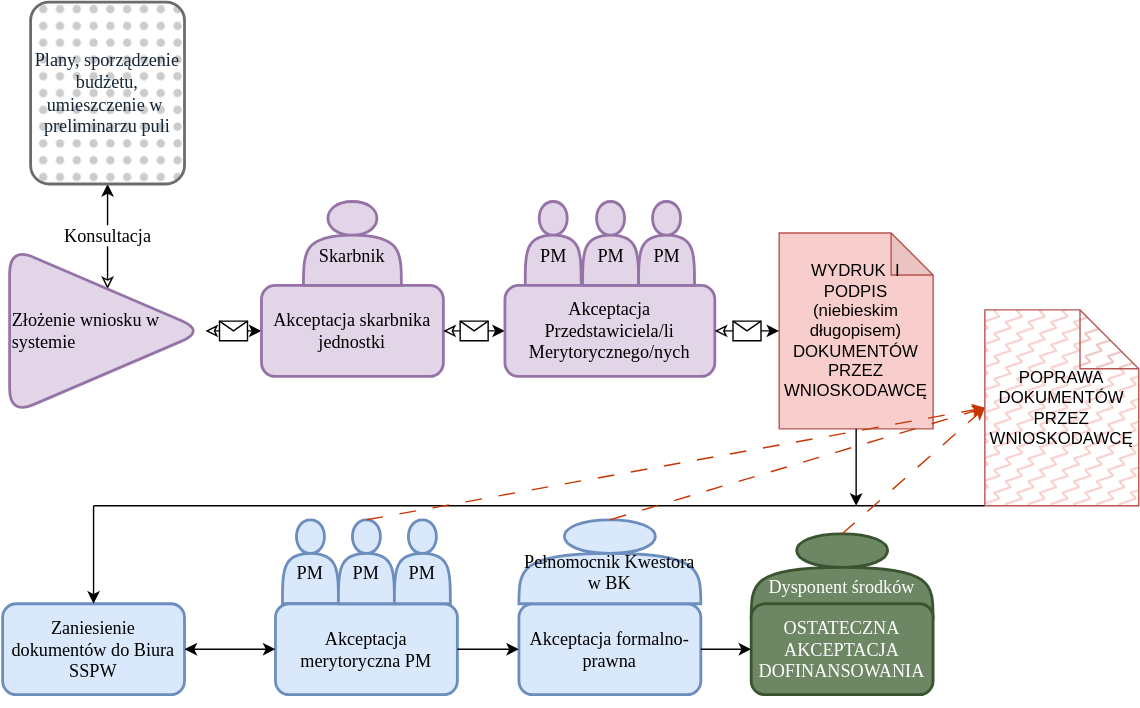
This is Kopia Rysunek wniosek.svg from WelfareUnit/rysunki, a draw.io export, as it was before one commit. Source tidied: cells renumbered, new cells last; positions are measured from the earlier drawing's top-left corner, leaving out a move shared by most shapes.
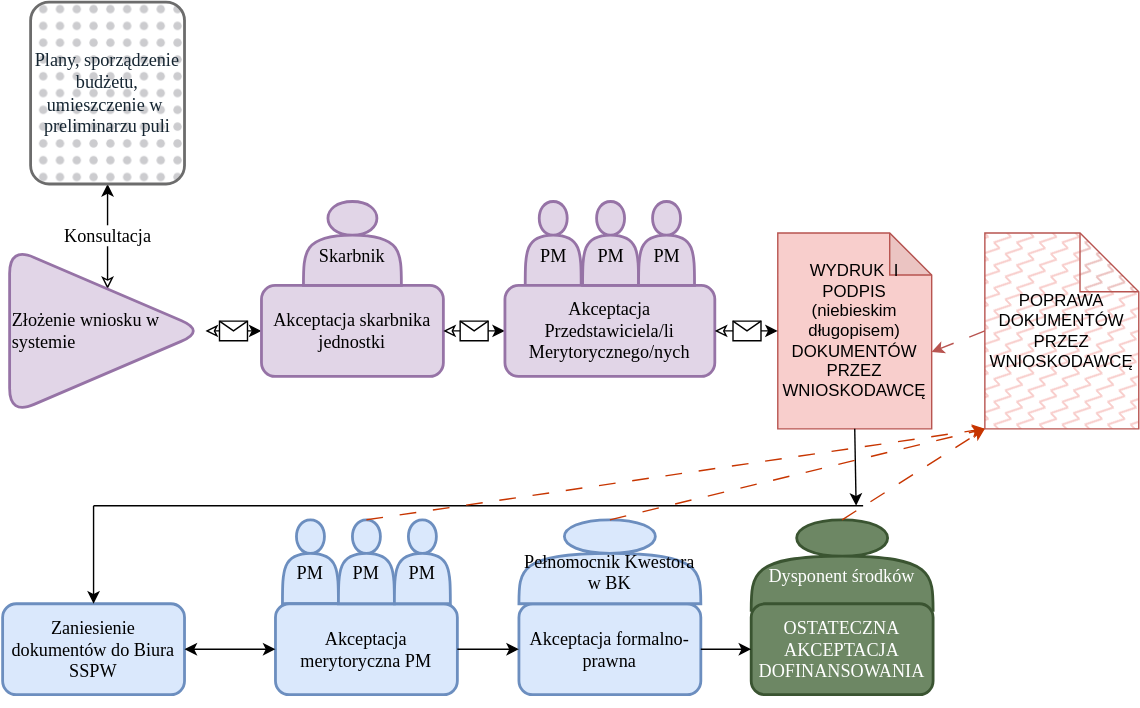
The same file after the commit.

What changed in the source:
```diff
@@ -49,7 +49,7 @@
       <mxGeometry x="95.5" width="40" height="60" as="geometry" />
     </mxCell>
     <mxCell id="16" value="WYDRUK&amp;nbsp; I PODPIS (niebieskim długopisem) DOKUMENTÓW PRZEZ WNIOSKODAWCĘ" style="shape=note;whiteSpace=wrap;html=1;backgroundOutline=1;darkOpacity=0.05;fillColor=#f8cecc;strokeColor=#b85450;" parent="1" vertex="1">
-      <mxGeometry x="555" y="165" width="110" height="140" as="geometry" />
+      <mxGeometry x="554" y="165" width="110" height="140" as="geometry" />
     </mxCell>
     <mxCell id="17" style="endArrow=classic;html=1;fontFamily=Source Sans 3;fontSize=13;fontColor=#162632;exitX=1;exitY=0.5;exitDx=0;exitDy=0;entryX=0;entryY=0.5;entryDx=0;entryDy=0;startArrow=classic;startFill=0;fontSource=https%3A%2F%2Ffonts.googleapis.com%2Fcss%3Ffamily%3DSource%2BSans%2B3;entryPerimeter=0;" parent="1" edge="1" source="13" target="16">
       <mxGeometry relative="1" as="geometry" />
@@ -85,9 +85,10 @@
         <mxPoint x="610" y="360" as="sourcePoint" />
       </mxGeometry>
     </mxCell>
-    <mxCell id="27" style="endArrow=none;html=1;rounded=0;entryX=0;entryY=1;entryDx=0;entryDy=0;entryPerimeter=0;" parent="1" edge="1" target="40">
+    <mxCell id="27" style="endArrow=none;html=1;rounded=0;" parent="1" edge="1">
       <mxGeometry relative="1" as="geometry">
         <mxPoint x="65" y="360" as="sourcePoint" />
+        <mxPoint x="615" y="360" as="targetPoint" />
       </mxGeometry>
     </mxCell>
     <mxCell id="28" style="endArrow=none;html=1;rounded=0;exitX=0.5;exitY=0;exitDx=0;exitDy=0;endFill=0;startArrow=classic;startFill=1;" parent="1" edge="1" source="19">
@@ -107,17 +108,17 @@
     <mxCell id="32" style="endArrow=classic;html=1;rounded=0;exitX=1;exitY=0.5;exitDx=0;exitDy=0;entryX=0;entryY=0.5;entryDx=0;entryDy=0;" parent="1" edge="1" source="22" target="30">
       <mxGeometry relative="1" as="geometry" />
     </mxCell>
-    <mxCell id="33" style="endArrow=classic;html=1;rounded=0;exitX=0.5;exitY=0;exitDx=0;exitDy=0;entryX=0;entryY=0.5;entryDx=0;entryDy=0;entryPerimeter=0;fillColor=#fa6800;strokeColor=#C73500;dashed=1;dashPattern=12 12;" parent="1" edge="1" source="31" target="40">
+    <mxCell id="33" style="endArrow=classic;html=1;rounded=0;exitX=0.5;exitY=0;exitDx=0;exitDy=0;entryX=0;entryY=1;entryDx=0;entryDy=0;entryPerimeter=0;fillColor=#fa6800;strokeColor=#C73500;dashed=1;dashPattern=12 12;" parent="1" edge="1" source="31" target="40">
       <mxGeometry relative="1" as="geometry" />
     </mxCell>
-    <mxCell id="34" style="endArrow=classic;html=1;rounded=0;exitX=0.5;exitY=0;exitDx=0;exitDy=0;entryX=0;entryY=0.5;entryDx=0;entryDy=0;entryPerimeter=0;fillColor=#fa6800;strokeColor=#C73500;dashed=1;dashPattern=12 12;" parent="1" edge="1" source="23" target="40">
+    <mxCell id="34" style="endArrow=classic;html=1;rounded=0;exitX=0.5;exitY=0;exitDx=0;exitDy=0;entryX=0;entryY=1;entryDx=0;entryDy=0;entryPerimeter=0;fillColor=#fa6800;strokeColor=#C73500;dashed=1;dashPattern=12 12;" parent="1" edge="1" source="23" target="40">
       <mxGeometry relative="1" as="geometry" />
     </mxCell>
     <mxCell id="35" style="group;" parent="1" vertex="1">
-      <mxGeometry x="535" y="380" width="130" height="125" as="geometry" />
+      <mxGeometry x="535" y="370" width="130" height="135" as="geometry" />
     </mxCell>
     <mxCell id="36" value="&lt;div&gt;&lt;br&gt;&lt;/div&gt;&lt;div&gt;Dysponent środków&lt;br&gt;&lt;/div&gt;" style="shape=actor;whiteSpace=wrap;html=1;rounded=1;fontFamily=Source Sans 3;fontSize=13;strokeColor=#3A5431;strokeWidth=2;fillColor=#6d8764;align=center;fontSource=https%3A%2F%2Ffonts.googleapis.com%2Fcss%3Ffamily%3DSource%2BSans%2B3;fontColor=#ffffff;" parent="35" vertex="1">
-      <mxGeometry width="130" height="60" as="geometry" />
+      <mxGeometry width="130" height="64.8" as="geometry" />
     </mxCell>
     <mxCell id="37" value="OSTATECZNA AKCEPTACJA DOFINANSOWANIA" style="rounded=1;whiteSpace=wrap;html=1;fontFamily=Source Sans 3;fontSize=13;strokeWidth=2;fillColor=#6d8764;align=center;strokeColor=#3A5431;labelPosition=center;verticalLabelPosition=middle;verticalAlign=middle;fontSource=https%3A%2F%2Ffonts.googleapis.com%2Fcss%3Ffamily%3DSource%2BSans%2B3;fontColor=#ffffff;" parent="1" vertex="1">
       <mxGeometry x="535" y="430" width="130" height="65" as="geometry" />
@@ -125,11 +126,14 @@
     <mxCell id="38" style="endArrow=classic;html=1;rounded=0;entryX=0;entryY=0.5;entryDx=0;entryDy=0;exitX=1;exitY=0.5;exitDx=0;exitDy=0;" parent="1" edge="1" source="30" target="37">
       <mxGeometry relative="1" as="geometry" />
     </mxCell>
-    <mxCell id="39" style="endArrow=classic;html=1;rounded=0;exitX=0.5;exitY=0;exitDx=0;exitDy=0;fillColor=#fa6800;strokeColor=#C73500;entryX=0;entryY=0.5;entryDx=0;entryDy=0;entryPerimeter=0;dashed=1;dashPattern=12 12;" parent="1" edge="1" source="36" target="40">
+    <mxCell id="39" style="endArrow=classic;html=1;rounded=0;exitX=0.5;exitY=0;exitDx=0;exitDy=0;fillColor=#fa6800;strokeColor=#C73500;entryX=0;entryY=1;entryDx=0;entryDy=0;entryPerimeter=0;dashed=1;dashPattern=12 12;" parent="1" edge="1" source="36" target="40">
       <mxGeometry relative="1" as="geometry" />
     </mxCell>
     <mxCell id="40" value="POPRAWA DOKUMENTÓW PRZEZ WNIOSKODAWCĘ" style="shape=note;whiteSpace=wrap;html=1;backgroundOutline=1;darkOpacity=0.05;fillColor=#f8cecc;strokeColor=#b85450;size=42;fillStyle=zigzag-line;" parent="1" vertex="1">
-      <mxGeometry x="702" y="220" width="110" height="140" as="geometry" />
+      <mxGeometry x="702" y="165" width="110" height="140" as="geometry" />
     </mxCell>
+    <mxCell id="41" style="endArrow=classic;html=1;rounded=0;exitX=0;exitY=0.5;exitDx=0;exitDy=0;exitPerimeter=0;entryX=0;entryY=0;entryDx=110;entryDy=85;entryPerimeter=0;fillColor=#f8cecc;strokeColor=#b85450;dashed=1;dashPattern=12 12;" parent="1" edge="1" source="40" target="16">
+      <mxGeometry relative="1" as="geometry" />
+    </mxCell>
   </root>
 </mxGraphModel>
```
